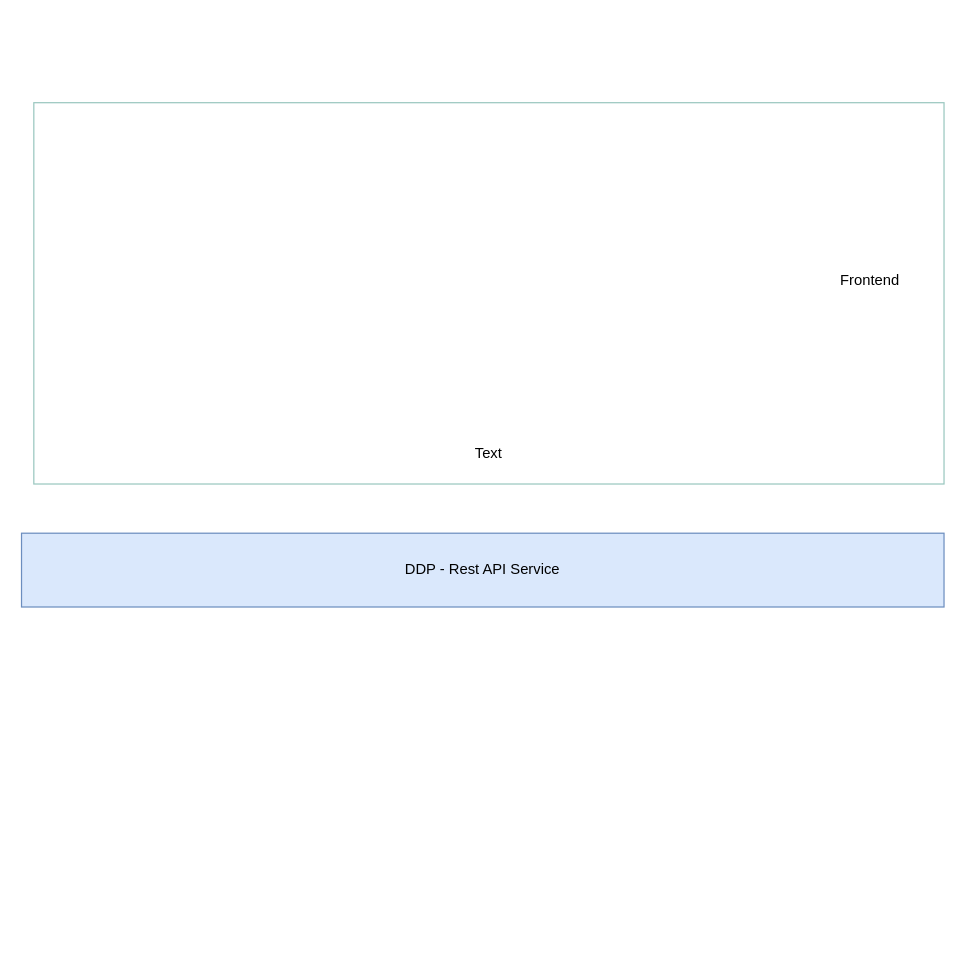
tigershinny/docs keeps this draw.io diagram as Untitled Diagram.drawio. Above is the earlier version. Source tidied: cells renumbered, new cells numbered last; positions are measured from the earlier drawing's top-left corner, leaving out a move shared by most shapes. Both pictures are drawn from the tidied source at 123%, with x=0, y=0 at pixel (21, 102).
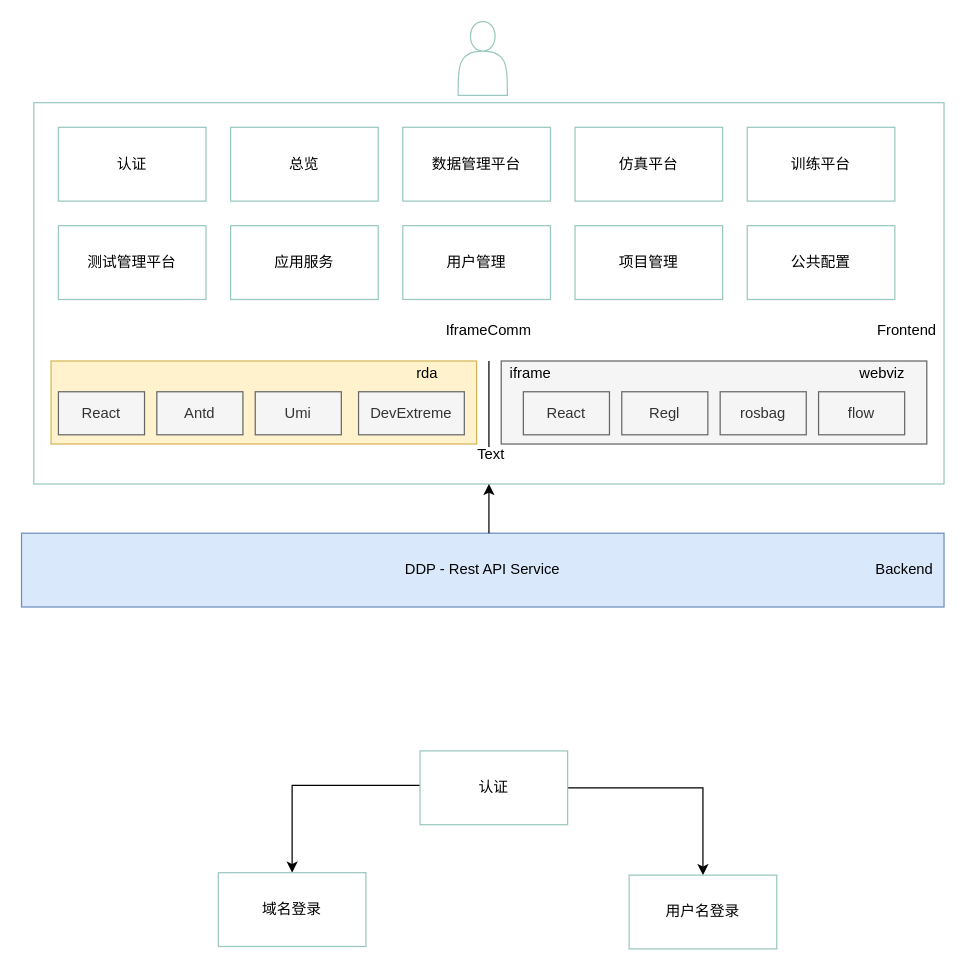
The same page after the edit.

The change refers to these unchanged cells:
```xml
<mxCell id="3" style="rounded=0;whiteSpace=wrap;html=1;strokeColor=#9AC7BF;" parent="1" vertex="1">
  <mxGeometry x="10" width="740" height="310" as="geometry" />
</mxCell>
```

The edit, as a diff of the source:
```diff
@@
+    <mxCell id="5" value="Frontend" style="text;html=1;strokeColor=none;fillColor=none;align=center;verticalAlign=middle;whiteSpace=wrap;rounded=0;" parent="1" vertex="1">
+      <mxGeometry x="690" y="170" width="60" height="30" as="geometry" />
+    </mxCell>
+    <mxCell id="6" style="rounded=0;whiteSpace=wrap;html=1;strokeColor=#d6b656;fillColor=#fff2cc;" parent="1" vertex="1">
+      <mxGeometry x="24" y="210" width="346" height="67.5" as="geometry" />
+    </mxCell>
+    <mxCell id="7" value="React" style="rounded=0;whiteSpace=wrap;html=1;strokeColor=#666666;fillColor=#f5f5f5;fontColor=#333333;" parent="1" vertex="1">
+      <mxGeometry x="30" y="235" width="70" height="35" as="geometry" />
+    </mxCell>
+    <mxCell id="8" value="Antd" style="rounded=0;whiteSpace=wrap;html=1;strokeColor=#666666;fillColor=#f5f5f5;fontColor=#333333;" parent="1" vertex="1">
+      <mxGeometry x="110" y="235" width="70" height="35" as="geometry" />
+    </mxCell>
+    <mxCell id="9" value="Umi" style="rounded=0;whiteSpace=wrap;html=1;strokeColor=#666666;fillColor=#f5f5f5;fontColor=#333333;" parent="1" vertex="1">
+      <mxGeometry x="190" y="235" width="70" height="35" as="geometry" />
+    </mxCell>
+    <mxCell id="10" value="DevExtreme" style="rounded=0;whiteSpace=wrap;html=1;strokeColor=#666666;fillColor=#f5f5f5;fontColor=#333333;" parent="1" vertex="1">
+      <mxGeometry x="274" y="235" width="86" height="35" as="geometry" />
+    </mxCell>
+    <mxCell id="11" style="rounded=0;whiteSpace=wrap;html=1;strokeColor=#666666;fillColor=#f5f5f5;fontColor=#333333;" parent="1" vertex="1">
+      <mxGeometry x="390" y="210" width="346" height="67.5" as="geometry" />
+    </mxCell>
+    <mxCell id="12" value="React" style="rounded=0;whiteSpace=wrap;html=1;strokeColor=#666666;fillColor=#f5f5f5;fontColor=#333333;" parent="1" vertex="1">
+      <mxGeometry x="408" y="235" width="70" height="35" as="geometry" />
+    </mxCell>
+    <mxCell id="13" value="Regl" style="rounded=0;whiteSpace=wrap;html=1;strokeColor=#666666;fillColor=#f5f5f5;fontColor=#333333;" parent="1" vertex="1">
+      <mxGeometry x="488" y="235" width="70" height="35" as="geometry" />
+    </mxCell>
+    <mxCell id="14" value="rosbag" style="rounded=0;whiteSpace=wrap;html=1;strokeColor=#666666;fillColor=#f5f5f5;fontColor=#333333;" parent="1" vertex="1">
+      <mxGeometry x="568" y="235" width="70" height="35" as="geometry" />
+    </mxCell>
+    <mxCell id="15" value="flow" style="rounded=0;whiteSpace=wrap;html=1;strokeColor=#666666;fillColor=#f5f5f5;fontColor=#333333;" parent="1" vertex="1">
+      <mxGeometry x="648" y="235" width="70" height="35" as="geometry" />
+    </mxCell>
+    <mxCell id="16" value="webviz" style="text;html=1;strokeColor=none;fillColor=none;align=center;verticalAlign=middle;whiteSpace=wrap;rounded=0;" parent="1" vertex="1">
+      <mxGeometry x="670" y="205" width="60" height="30" as="geometry" />
+    </mxCell>
+    <mxCell id="17" value="rda" style="text;html=1;strokeColor=none;fillColor=none;align=center;verticalAlign=middle;whiteSpace=wrap;rounded=0;" parent="1" vertex="1">
+      <mxGeometry x="300" y="205" width="60" height="30" as="geometry" />
+    </mxCell>
+    <mxCell id="18" value="认证" style="rounded=0;whiteSpace=wrap;html=1;strokeColor=#9AC7BF;" parent="1" vertex="1">
+      <mxGeometry x="30" y="20" width="120" height="60" as="geometry" />
+    </mxCell>
+    <mxCell id="19" value="总览" style="rounded=0;whiteSpace=wrap;html=1;strokeColor=#9AC7BF;" parent="1" vertex="1">
+      <mxGeometry x="170" y="20" width="120" height="60" as="geometry" />
+    </mxCell>
+    <mxCell id="20" value="数据管理平台" style="rounded=0;whiteSpace=wrap;html=1;strokeColor=#9AC7BF;" parent="1" vertex="1">
+      <mxGeometry x="310" y="20" width="120" height="60" as="geometry" />
+    </mxCell>
+    <mxCell id="21" value="仿真平台" style="rounded=0;whiteSpace=wrap;html=1;strokeColor=#9AC7BF;" parent="1" vertex="1">
+      <mxGeometry x="450" y="20" width="120" height="60" as="geometry" />
+    </mxCell>
+    <mxCell id="22" value="训练平台" style="rounded=0;whiteSpace=wrap;html=1;strokeColor=#9AC7BF;" parent="1" vertex="1">
+      <mxGeometry x="590" y="20" width="120" height="60" as="geometry" />
+    </mxCell>
+    <mxCell id="23" value="测试管理平台" style="rounded=0;whiteSpace=wrap;html=1;strokeColor=#9AC7BF;" parent="1" vertex="1">
+      <mxGeometry x="30" y="100" width="120" height="60" as="geometry" />
+    </mxCell>
+    <mxCell id="24" value="应用服务" style="rounded=0;whiteSpace=wrap;html=1;strokeColor=#9AC7BF;" parent="1" vertex="1">
+      <mxGeometry x="170" y="100" width="120" height="60" as="geometry" />
+    </mxCell>
+    <mxCell id="25" value="用户管理" style="rounded=0;whiteSpace=wrap;html=1;strokeColor=#9AC7BF;" parent="1" vertex="1">
+      <mxGeometry x="310" y="100" width="120" height="60" as="geometry" />
+    </mxCell>
+    <mxCell id="26" value="项目管理" style="rounded=0;whiteSpace=wrap;html=1;strokeColor=#9AC7BF;" parent="1" vertex="1">
+      <mxGeometry x="450" y="100" width="120" height="60" as="geometry" />
+    </mxCell>
+    <mxCell id="27" value="公共配置" style="rounded=0;whiteSpace=wrap;html=1;strokeColor=#9AC7BF;" parent="1" vertex="1">
+      <mxGeometry x="590" y="100" width="120" height="60" as="geometry" />
+    </mxCell>
+    <mxCell id="28" style="endArrow=none;html=1;rounded=0;" parent="1" edge="1">
+      <mxGeometry relative="1" as="geometry">
+        <mxPoint x="380" y="280" as="sourcePoint" />
+        <mxPoint x="380" y="210" as="targetPoint" />
+      </mxGeometry>
+    </mxCell>
+    <mxCell id="29" value="IframeComm" style="text;html=1;strokeColor=none;fillColor=none;align=center;verticalAlign=middle;whiteSpace=wrap;rounded=0;" parent="1" vertex="1">
+      <mxGeometry x="340" y="170" width="80" height="30" as="geometry" />
+    </mxCell>
+    <mxCell id="30" value="iframe" style="text;html=1;strokeColor=none;fillColor=none;align=center;verticalAlign=middle;whiteSpace=wrap;rounded=0;" parent="1" vertex="1">
+      <mxGeometry x="383.5" y="205" width="60" height="30" as="geometry" />
+    </mxCell>
+    <mxCell id="31" style="endArrow=classic;html=1;rounded=0;entryX=0.5;entryY=1;entryDx=0;entryDy=0;" parent="1" edge="1" target="3">
+      <mxGeometry relative="1" as="geometry">
+        <mxPoint x="380" y="350" as="sourcePoint" />
+      </mxGeometry>
+    </mxCell>
+    <mxCell id="32" style="shape=actor;whiteSpace=wrap;html=1;strokeColor=#9AC7BF;" parent="1" vertex="1">
+      <mxGeometry x="355" y="-66" width="40" height="60" as="geometry" />
+    </mxCell>
     <mxCell id="4" value="Text" style="text;html=1;strokeColor=none;fillColor=none;align=center;verticalAlign=middle;whiteSpace=wrap;rounded=0;" parent="1" vertex="1">
-      <mxGeometry x="350" y="270" width="60" height="30" as="geometry" />
+      <mxGeometry x="352" y="271" width="60" height="30" as="geometry" />
     </mxCell>
-    <mxCell id="5" value="Frontend" style="text;html=1;strokeColor=none;fillColor=none;align=center;verticalAlign=middle;whiteSpace=wrap;rounded=0;" parent="1" vertex="1">
-      <mxGeometry x="660" y="130" width="60" height="30" as="geometry" />
-    </mxCell>
+    <mxCell id="33" value="Backend" style="text;html=1;strokeColor=none;fillColor=none;align=center;verticalAlign=middle;whiteSpace=wrap;rounded=0;" parent="1" vertex="1">
+      <mxGeometry x="688" y="365" width="60" height="30" as="geometry" />
+    </mxCell>
+    <mxCell id="34" style="edgeStyle=orthogonalEdgeStyle;rounded=0;jettySize=auto;html=1;" parent="1" edge="1" source="36" target="37">
+      <mxGeometry relative="1" as="geometry">
+        <Array as="points">
+          <mxPoint x="220" y="555" />
+        </Array>
+      </mxGeometry>
+    </mxCell>
+    <mxCell id="35" style="edgeStyle=orthogonalEdgeStyle;rounded=0;jettySize=auto;html=1;" parent="1" edge="1" source="36" target="38">
+      <mxGeometry relative="1" as="geometry">
+        <Array as="points">
+          <mxPoint x="554" y="557" />
+        </Array>
+      </mxGeometry>
+    </mxCell>
+    <mxCell id="36" value="认证" style="rounded=0;whiteSpace=wrap;html=1;strokeColor=#9AC7BF;" parent="1" vertex="1">
+      <mxGeometry x="324" y="527" width="120" height="60" as="geometry" />
+    </mxCell>
+    <mxCell id="37" value="域名登录" style="rounded=0;whiteSpace=wrap;html=1;strokeColor=#9AC7BF;" parent="1" vertex="1">
+      <mxGeometry x="160" y="626" width="120" height="60" as="geometry" />
+    </mxCell>
+    <mxCell id="38" value="用户名登录" style="rounded=0;whiteSpace=wrap;html=1;strokeColor=#9AC7BF;" parent="1" vertex="1">
+      <mxGeometry x="494" y="628" width="120" height="60" as="geometry" />
+    </mxCell>
```
